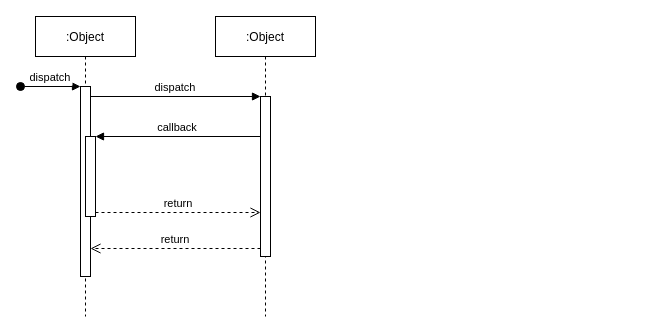
Before: sequence.drawio in BriceCG/images, a draw.io diagram. Source tidied: cells renumbered, new cells numbered last; positions are measured from the earlier drawing's top-left corner, leaving out a move shared by most shapes. Both pictures are drawn from the tidied source at 100%, with x=0, y=0 at pixel (20, 16).
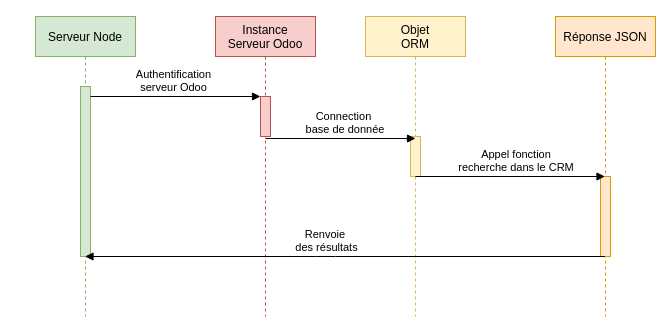
The same diagram, later.

Diff of the diagram source:
```diff
@@
 <mxGraphModel>
   <root>
     <mxCell id="0" />
     <mxCell id="1" parent="0" />
-    <mxCell id="2" value=":Object" style="shape=umlLifeline;perimeter=lifelinePerimeter;rounded=0;shadow=0;strokeWidth=1;" parent="1" vertex="1">
+    <mxCell id="2" value="Serveur Node" style="shape=umlLifeline;perimeter=lifelinePerimeter;rounded=0;shadow=0;strokeWidth=1;fillColor=#d5e8d4;strokeColor=#82b366;" parent="1" vertex="1">
       <mxGeometry x="15" width="100" height="300" as="geometry" />
     </mxCell>
-    <mxCell id="3" style="points=[];perimeter=orthogonalPerimeter;rounded=0;shadow=0;strokeWidth=1;" parent="2" vertex="1">
-      <mxGeometry x="45" y="70" width="10" height="190" as="geometry" />
+    <mxCell id="3" style="points=[];perimeter=orthogonalPerimeter;rounded=0;shadow=0;strokeWidth=1;fillColor=#d5e8d4;strokeColor=#82b366;" parent="2" vertex="1">
+      <mxGeometry x="45" y="70" width="10" height="170" as="geometry" />
     </mxCell>
-    <mxCell id="4" value="dispatch" style="verticalAlign=bottom;startArrow=oval;endArrow=block;startSize=8;shadow=0;strokeWidth=1;" parent="2" edge="1" target="3">
-      <mxGeometry relative="1" as="geometry">
-        <mxPoint x="-15" y="70" as="sourcePoint" />
-      </mxGeometry>
-    </mxCell>
-    <mxCell id="5" style="points=[];perimeter=orthogonalPerimeter;rounded=0;shadow=0;strokeWidth=1;" parent="2" vertex="1">
-      <mxGeometry x="50" y="120" width="10" height="80" as="geometry" />
-    </mxCell>
-    <mxCell id="6" value=":Object" style="shape=umlLifeline;perimeter=lifelinePerimeter;rounded=0;shadow=0;strokeWidth=1;" parent="1" vertex="1">
+    <mxCell id="6" value="Instance&#10;Serveur Odoo" style="shape=umlLifeline;perimeter=lifelinePerimeter;rounded=0;shadow=0;strokeWidth=1;fillColor=#f8cecc;strokeColor=#b85450;" parent="1" vertex="1">
       <mxGeometry x="195" width="100" height="300" as="geometry" />
     </mxCell>
-    <mxCell id="7" style="points=[];perimeter=orthogonalPerimeter;rounded=0;shadow=0;strokeWidth=1;" parent="6" vertex="1">
-      <mxGeometry x="45" y="80" width="10" height="160" as="geometry" />
+    <mxCell id="7" style="points=[];perimeter=orthogonalPerimeter;rounded=0;shadow=0;strokeWidth=1;fillColor=#f8cecc;strokeColor=#b85450;" parent="6" vertex="1">
+      <mxGeometry x="45" y="80" width="10" height="40" as="geometry" />
     </mxCell>
-    <mxCell id="8" value="return" style="verticalAlign=bottom;endArrow=open;dashed=1;endSize=8;exitX=0;exitY=0.95;shadow=0;strokeWidth=1;" parent="1" edge="1" source="7" target="3">
-      <mxGeometry relative="1" as="geometry" />
-    </mxCell>
-    <mxCell id="9" value="dispatch" style="verticalAlign=bottom;endArrow=block;entryX=0;entryY=0;shadow=0;strokeWidth=1;" parent="1" edge="1" source="3" target="7">
+    <mxCell id="9" value="Authentification &#10;serveur Odoo " style="verticalAlign=bottom;endArrow=block;entryX=0;entryY=0;shadow=0;strokeWidth=1;" parent="1" edge="1" source="3" target="7">
       <mxGeometry relative="1" as="geometry" />
     </mxCell>
-    <mxCell id="10" value="callback" style="verticalAlign=bottom;endArrow=block;entryX=1;entryY=0;shadow=0;strokeWidth=1;" parent="1" edge="1" source="7" target="5">
-      <mxGeometry relative="1" as="geometry" />
-    </mxCell>
-    <mxCell id="11" value="return" style="verticalAlign=bottom;endArrow=open;dashed=1;endSize=8;exitX=1;exitY=0.95;shadow=0;strokeWidth=1;" parent="1" edge="1" source="5" target="7">
-      <mxGeometry relative="1" as="geometry" />
-    </mxCell>
+    <mxCell id="12" value="Objet&#10;ORM" style="shape=umlLifeline;perimeter=lifelinePerimeter;rounded=0;shadow=0;strokeWidth=1;fillColor=#fff2cc;strokeColor=#d6b656;" parent="1" vertex="1">
+      <mxGeometry x="345" width="100" height="300" as="geometry" />
+    </mxCell>
+    <mxCell id="13" style="perimeter=orthogonalPerimeter;rounded=0;shadow=0;strokeWidth=1;fillColor=#fff2cc;strokeColor=#d6b656;" parent="12" vertex="1">
+      <mxGeometry x="45" y="120" width="10" height="40" as="geometry" />
+    </mxCell>
+    <mxCell id="14" value="Réponse JSON" style="shape=umlLifeline;perimeter=lifelinePerimeter;rounded=0;shadow=0;strokeWidth=1;fillColor=#ffe6cc;strokeColor=#d79b00;" parent="1" vertex="1">
+      <mxGeometry x="535" width="100" height="300" as="geometry" />
+    </mxCell>
+    <mxCell id="15" style="perimeter=orthogonalPerimeter;rounded=0;shadow=0;strokeWidth=1;fillColor=#ffe6cc;strokeColor=#d79b00;" parent="14" vertex="1">
+      <mxGeometry x="45" y="160" width="10" height="80" as="geometry" />
+    </mxCell>
+    <mxCell id="16" value="Connection &#10;base de donnée" style="verticalAlign=bottom;endArrow=block;shadow=0;strokeWidth=1;entryX=0.5;entryY=0;entryDx=0;entryDy=0;entryPerimeter=0;" parent="1" edge="1">
+      <mxGeometry x="0.07" relative="1" as="geometry">
+        <mxPoint x="245" y="122" as="sourcePoint" />
+        <mxPoint x="395" y="122" as="targetPoint" />
+      </mxGeometry>
+    </mxCell>
+    <mxCell id="17" value="Appel fonction&#10;recherche dans le CRM" style="verticalAlign=bottom;endArrow=block;shadow=0;strokeWidth=1;" parent="1" edge="1" target="14">
+      <mxGeometry x="0.07" relative="1" as="geometry">
+        <mxPoint x="395" y="160" as="sourcePoint" />
+      </mxGeometry>
+    </mxCell>
+    <mxCell id="18" value="Renvoie &#10;des résultats" style="verticalAlign=bottom;endArrow=block;shadow=0;strokeWidth=1;" parent="1" edge="1" source="14" target="2">
+      <mxGeometry x="0.07" relative="1" as="geometry">
+        <Array as="points">
+          <mxPoint x="305" y="240" />
+        </Array>
+      </mxGeometry>
+    </mxCell>
   </root>
 </mxGraphModel>
```
